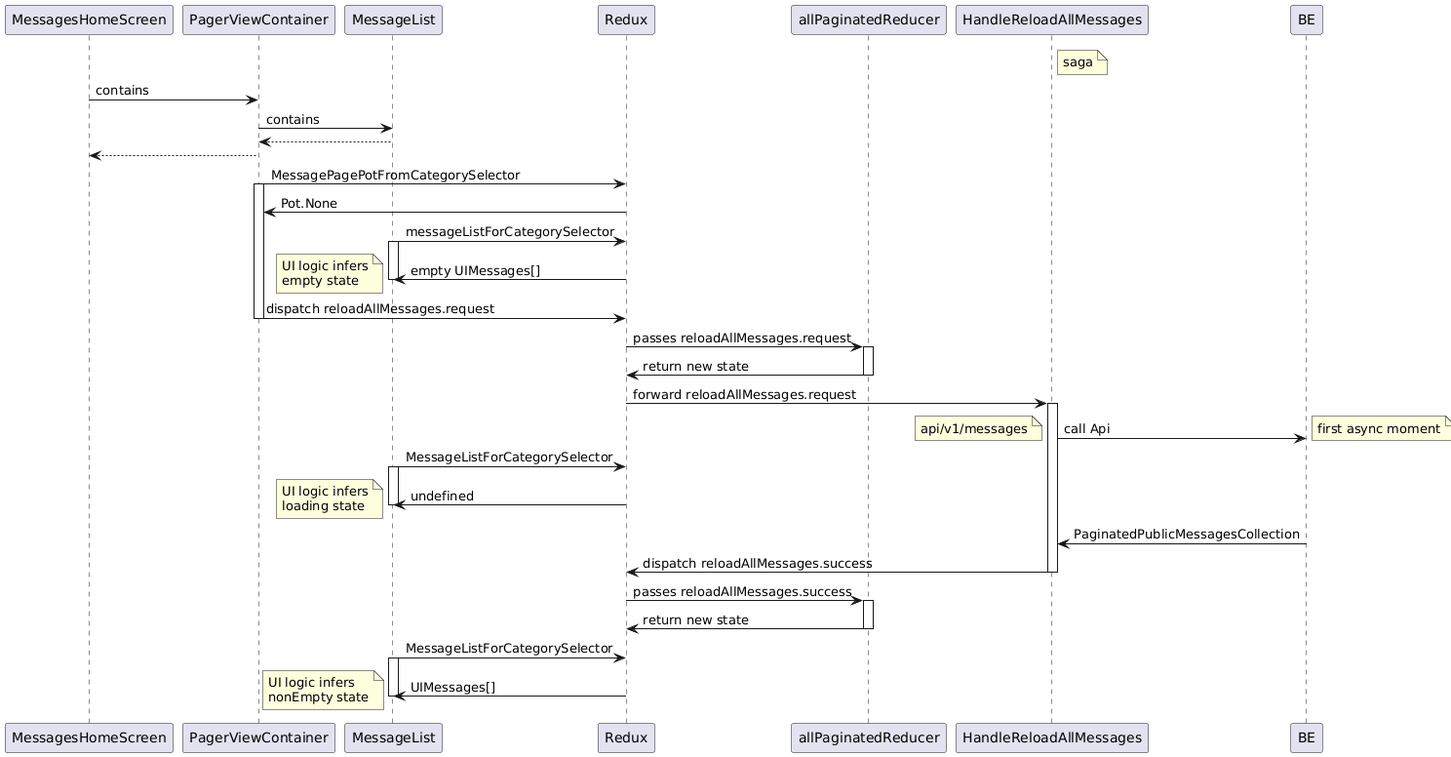
Before: docs/io-app/view-message-list.png, a diagram exported from PlantUML (pagopa/io-messages). Its diagram source:
```plantuml
@startuml
participant MessagesHomeScreen
participant PagerViewContainer
participant MessageList
participant Redux
participant allPaginatedReducer
participant HandleReloadAllMessages
note right of HandleReloadAllMessages
 saga
end note
MessagesHomeScreen -> PagerViewContainer : contains
PagerViewContainer -> MessageList : contains
return
PagerViewContainer-->  MessagesHomeScreen
  PagerViewContainer ->  Redux  : MessagePagePotFromCategorySelector
  activate PagerViewContainer
  Redux -> PagerViewContainer  : Pot.None
    MessageList -> Redux : messageListForCategorySelector
    activate MessageList
    Redux -> MessageList : empty UIMessages[]
    note left
 UI logic infers
 empty state
end note
  deactivate MessageList
  PagerViewContainer -> Redux : dispatch reloadAllMessages.request
deactivate PagerViewContainer
Redux -> allPaginatedReducer ++ : passes reloadAllMessages.request
allPaginatedReducer -> Redux --: return new state
Redux -> HandleReloadAllMessages ++ :  forward reloadAllMessages.request
HandleReloadAllMessages  -> BE : call Api
note left: api/v1/messages
note right: first async moment
MessageList -> Redux : MessageListForCategorySelector
activate MessageList
Redux -> MessageList : undefined
note left
 UI logic infers
 loading state
end note
deactivate MessageList
BE ->HandleReloadAllMessages  : PaginatedPublicMessagesCollection
HandleReloadAllMessages  -> Redux -- : dispatch reloadAllMessages.success
Redux -> allPaginatedReducer ++ : passes reloadAllMessages.success
allPaginatedReducer -> Redux -- : return new state
MessageList -> Redux: MessageListForCategorySelector
activate MessageList
Redux -> MessageList : UIMessages[]
  note left
 UI logic infers
 nonEmpty state
end note
deactivate MessageList
@enduml
```
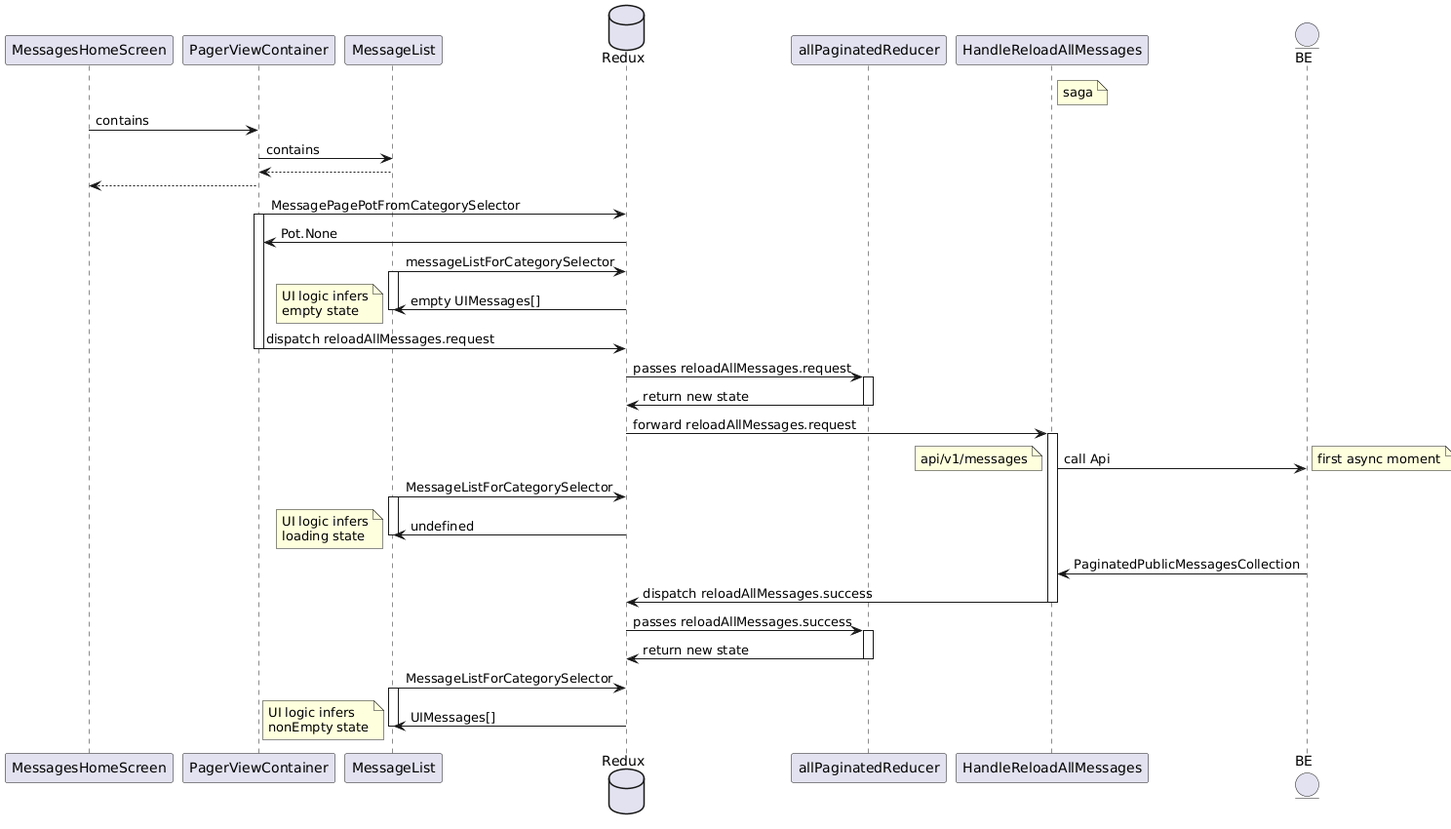
The same diagram one commit later.

What changed in the source:
```diff
@@ -2,15 +2,16 @@
 participant MessagesHomeScreen
 participant PagerViewContainer
 participant MessageList
-participant Redux
+database Redux
 participant allPaginatedReducer
 participant HandleReloadAllMessages
+entity BE
 note right of HandleReloadAllMessages
  saga
 end note
 MessagesHomeScreen -> PagerViewContainer : contains
 PagerViewContainer -> MessageList : contains
-return
+MessageList --> PagerViewContainer
 PagerViewContainer-->  MessagesHomeScreen
   PagerViewContainer ->  Redux  : MessagePagePotFromCategorySelector
   activate PagerViewContainer
```
